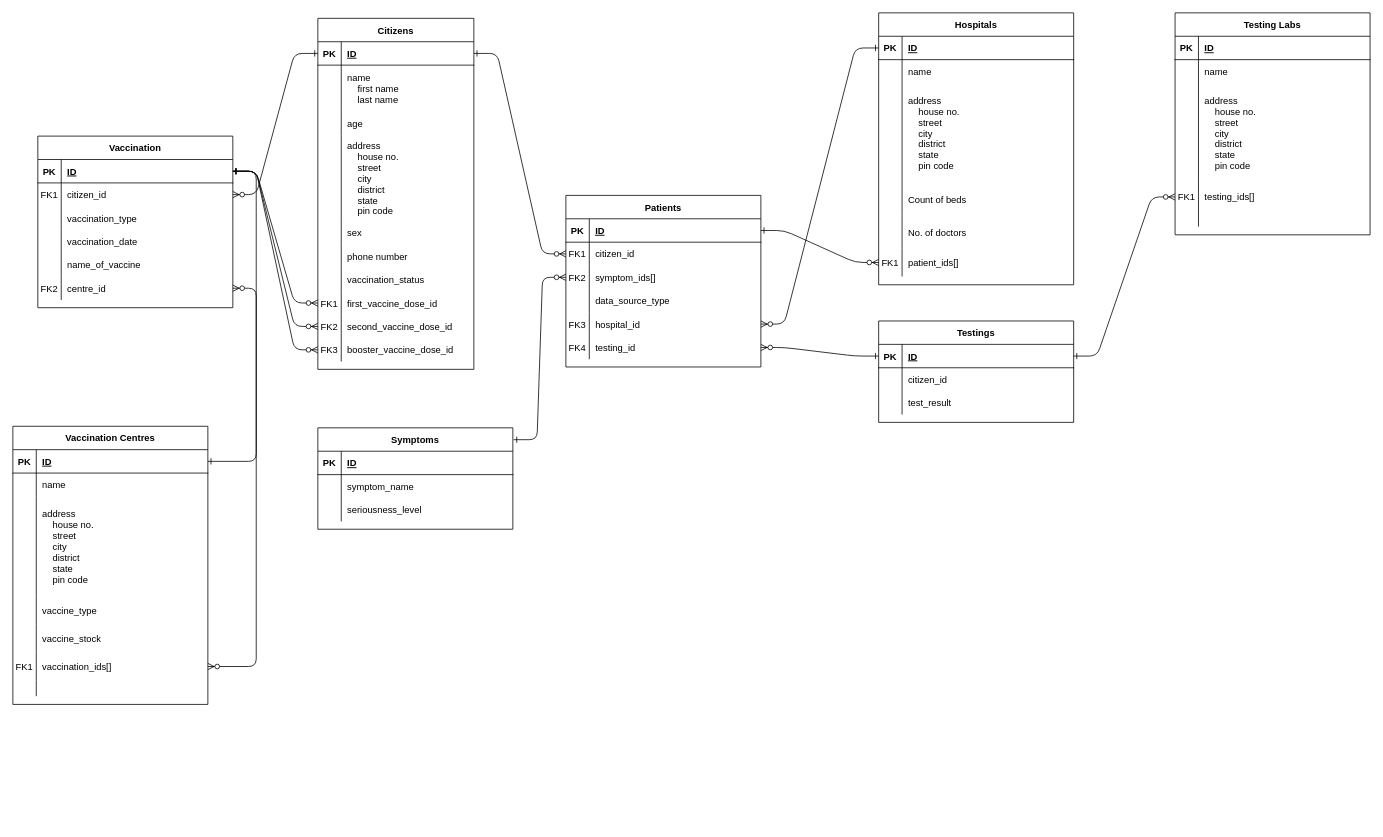
Above: Untitled Diagram.drawio in chirag-ghosh/DBMS-Lab (draw.io), before the change. Source tidied: cells renumbered, new cells numbered last; positions are measured from the earlier drawing's top-left corner, leaving out a move shared by most shapes. Both pictures are drawn from the tidied source at 78%, with x=0, y=0 at pixel (12, 12).
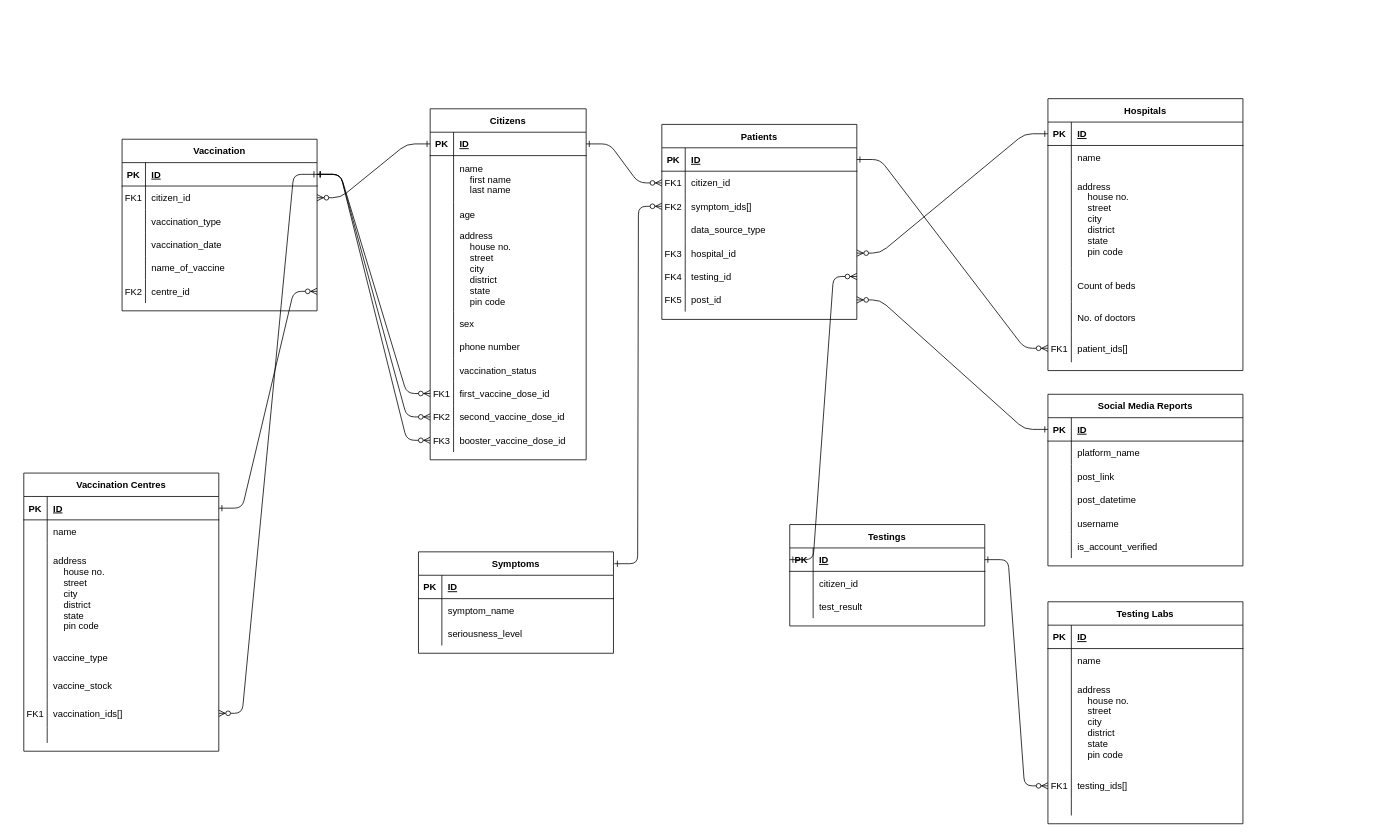
The same diagram, later.

Unchanged cells that the change refers to:
```xml
<mxCell id="102" style="shape=partialRectangle;fillColor=none;points=[[0,0.5],[1,0.5]];portConstraint=eastwest;top=0;left=0;right=0;bottom=1;" parent="101" vertex="1">
  <mxGeometry y="30" width="250" height="30" as="geometry" />
</mxCell>
<mxCell id="114" style="shape=partialRectangle;fillColor=none;points=[[0,0.5],[1,0.5]];portConstraint=eastwest;top=0;left=0;right=0;bottom=1;" parent="113" vertex="1">
  <mxGeometry y="30" width="250" height="30" as="geometry" />
</mxCell>
<mxCell id="129" style="shape=partialRectangle;fillColor=none;points=[[0,0.5],[1,0.5]];portConstraint=eastwest;top=0;left=0;right=0;bottom=0;" parent="113" vertex="1">
  <mxGeometry y="290" width="250" height="36" as="geometry" />
</mxCell>
<mxCell id="136" style="shape=partialRectangle;fillColor=none;points=[[0,0.5],[1,0.5]];portConstraint=eastwest;top=0;left=0;right=0;bottom=1;" parent="135" vertex="1">
  <mxGeometry y="30" width="250" height="30" as="geometry" />
</mxCell>
<mxCell id="151" style="shape=partialRectangle;fillColor=none;points=[[0,0.5],[1,0.5]];portConstraint=eastwest;top=0;left=0;right=0;bottom=0;" parent="135" vertex="1">
  <mxGeometry y="180" width="250" height="30" as="geometry" />
</mxCell>
```

The edit, as a diff of the source:
```diff
@@
     <mxCell id="3" value="Patients" style="shape=table;startSize=30;childLayout=tableLayout;rowLines=0;fontStyle=1;align=center;" parent="1" vertex="1">
-      <mxGeometry x="709" y="234" width="250" height="220" as="geometry" />
+      <mxGeometry x="832" y="143" width="250" height="250" as="geometry" />
     </mxCell>
@@
+    <mxCell id="160" style="shape=partialRectangle;fillColor=none;points=[[0,0.5],[1,0.5]];portConstraint=eastwest;top=0;left=0;right=0;bottom=0;" parent="3" vertex="1">
+      <mxGeometry y="180" width="250" height="30" as="geometry" />
+    </mxCell>
+    <mxCell id="161" value="FK4" style="shape=partialRectangle;overflow=hidden;fillColor=none;top=0;left=0;bottom=0;right=0;" parent="160" vertex="1">
+      <mxGeometry width="30" height="30" as="geometry" />
+    </mxCell>
+    <mxCell id="162" value="testing_id" style="shape=partialRectangle;overflow=hidden;fillColor=none;top=0;left=0;bottom=0;right=0;align=left;spacingLeft=6;" parent="160" vertex="1">
+      <mxGeometry x="30" width="220" height="30" as="geometry" />
+    </mxCell>
     <mxCell id="19" style="shape=partialRectangle;fillColor=none;points=[[0,0.5],[1,0.5]];portConstraint=eastwest;top=0;left=0;right=0;bottom=0;" parent="3" vertex="1">
-      <mxGeometry y="180" width="250" height="30" as="geometry" />
+      <mxGeometry y="210" width="250" height="30" as="geometry" />
     </mxCell>
-    <mxCell id="20" value="FK4" style="shape=partialRectangle;overflow=hidden;fillColor=none;top=0;left=0;bottom=0;right=0;" parent="19" vertex="1">
+    <mxCell id="20" value="FK5" style="shape=partialRectangle;overflow=hidden;fillColor=none;top=0;left=0;bottom=0;right=0;" parent="19" vertex="1">
       <mxGeometry width="30" height="30" as="geometry" />
     </mxCell>
-    <mxCell id="21" value="testing_id" style="shape=partialRectangle;overflow=hidden;fillColor=none;top=0;left=0;bottom=0;right=0;align=left;spacingLeft=6;" parent="19" vertex="1">
+    <mxCell id="21" value="post_id" style="shape=partialRectangle;overflow=hidden;fillColor=none;top=0;left=0;bottom=0;right=0;align=left;spacingLeft=6;" parent="19" vertex="1">
       <mxGeometry x="30" width="220" height="30" as="geometry" />
     </mxCell>
     <mxCell id="22" value="Hospitals" style="shape=table;startSize=30;childLayout=tableLayout;rowLines=0;fontStyle=1;align=center;" parent="1" vertex="1">
-      <mxGeometry x="1110" width="250" height="348.6" as="geometry" />
+      <mxGeometry x="1327" y="110" width="250" height="348.6" as="geometry" />
     </mxCell>
@@
     <mxCell id="41" value="Citizens" style="shape=table;startSize=30;childLayout=tableLayout;rowLines=0;fontStyle=1;align=center;" parent="1" vertex="1">
-      <mxGeometry x="391" y="7" width="200" height="450" as="geometry" />
+      <mxGeometry x="535" y="123" width="200" height="450" as="geometry" />
     </mxCell>
@@
     <mxCell id="72" value="Symptoms" style="shape=table;startSize=30;childLayout=tableLayout;rowLines=0;fontStyle=1;align=center;" parent="1" vertex="1">
-      <mxGeometry x="391" y="532" width="250" height="130" as="geometry" />
+      <mxGeometry x="520" y="691" width="250" height="130" as="geometry" />
     </mxCell>
@@
     <mxCell id="85" value="Testing Labs" style="shape=table;startSize=30;childLayout=tableLayout;rowLines=0;fontStyle=1;align=center;" parent="1" vertex="1">
-      <mxGeometry x="1490" width="250" height="284.6" as="geometry" />
+      <mxGeometry x="1327" y="755" width="250" height="284.6" as="geometry" />
     </mxCell>
@@
     <mxCell id="101" value="Testings" style="shape=table;startSize=30;childLayout=tableLayout;rowLines=0;fontStyle=1;align=center;" parent="1" vertex="1">
-      <mxGeometry x="1110" y="395" width="250" height="130" as="geometry" />
+      <mxGeometry x="996" y="656" width="250" height="130" as="geometry" />
     </mxCell>
@@
-    <mxCell id="112" style="edgeStyle=entityRelationEdgeStyle;endArrow=ERzeroToMany;startArrow=ERone;endFill=1;startFill=0;exitX=0;exitY=0.5;exitDx=0;exitDy=0;entryX=1;entryY=0.5;entryDx=0;entryDy=0;" parent="1" edge="1" source="102" target="19">
+    <mxCell id="112" style="edgeStyle=entityRelationEdgeStyle;endArrow=ERzeroToMany;startArrow=ERone;endFill=1;startFill=0;exitX=0;exitY=0.5;exitDx=0;exitDy=0;entryX=1;entryY=0.5;entryDx=0;entryDy=0;" parent="1" edge="1" source="102" target="160">
       <mxGeometry relative="1" as="geometry" />
     </mxCell>
     <mxCell id="113" value="Vaccination Centres" style="shape=table;startSize=30;childLayout=tableLayout;rowLines=0;fontStyle=1;align=center;" parent="1" vertex="1">
-      <mxGeometry y="530" width="250" height="356.6" as="geometry" />
+      <mxGeometry x="14" y="590" width="250" height="356.6" as="geometry" />
     </mxCell>
@@
     <mxCell id="135" value="Vaccination" style="shape=table;startSize=30;childLayout=tableLayout;rowLines=0;fontStyle=1;align=center;" parent="1" vertex="1">
-      <mxGeometry x="32" y="158" width="250" height="220" as="geometry" />
+      <mxGeometry x="140" y="162" width="250" height="220" as="geometry" />
     </mxCell>
@@
-    <mxCell id="157" style="edgeStyle=entityRelationEdgeStyle;endArrow=ERzeroToMany;startArrow=ERone;endFill=1;startFill=0;exitX=1;exitY=0.5;exitDx=0;exitDy=0;" parent="1" edge="1" source="114" target="151">
+    <mxCell id="157" style="edgeStyle=entityRelationEdgeStyle;endArrow=ERzeroToMany;startArrow=ERone;endFill=1;startFill=0;exitX=1;exitY=0.5;exitDx=0;exitDy=0;entryX=1;entryY=0.5;entryDx=0;entryDy=0;" parent="1" edge="1" source="114" target="151">
       <mxGeometry relative="1" as="geometry" />
     </mxCell>
@@
-    <mxCell id="159" style="edgeStyle=entityRelationEdgeStyle;endArrow=ERzeroToMany;startArrow=ERone;endFill=1;startFill=0;entryX=1;entryY=0.5;entryDx=0;entryDy=0;" parent="1" edge="1" target="129">
-      <mxGeometry relative="1" as="geometry">
-        <mxPoint x="282" y="203" as="sourcePoint" />
-      </mxGeometry>
+    <mxCell id="159" style="edgeStyle=entityRelationEdgeStyle;endArrow=ERzeroToMany;startArrow=ERone;endFill=1;startFill=0;entryX=1;entryY=0.5;entryDx=0;entryDy=0;exitX=1;exitY=0.5;exitDx=0;exitDy=0;" parent="1" edge="1" source="136" target="129">
+      <mxGeometry relative="1" as="geometry" />
     </mxCell>
+    <mxCell id="163" value="Social Media Reports" style="shape=table;startSize=30;childLayout=tableLayout;rowLines=0;fontStyle=1;align=center;" parent="1" vertex="1">
+      <mxGeometry x="1327" y="489" width="250" height="220" as="geometry" />
+    </mxCell>
+    <mxCell id="164" style="shape=partialRectangle;fillColor=none;points=[[0,0.5],[1,0.5]];portConstraint=eastwest;top=0;left=0;right=0;bottom=1;" parent="163" vertex="1">
+      <mxGeometry y="30" width="250" height="30" as="geometry" />
+    </mxCell>
+    <mxCell id="165" value="PK" style="shape=partialRectangle;overflow=hidden;fillColor=none;top=0;left=0;bottom=0;right=0;fontStyle=1;" parent="164" vertex="1">
+      <mxGeometry width="30" height="30" as="geometry" />
+    </mxCell>
+    <mxCell id="166" value="ID" style="shape=partialRectangle;overflow=hidden;fillColor=none;top=0;left=0;bottom=0;right=0;align=left;spacingLeft=6;fontStyle=5;" parent="164" vertex="1">
+      <mxGeometry x="30" width="220" height="30" as="geometry" />
+    </mxCell>
+    <mxCell id="167" style="shape=partialRectangle;fillColor=none;top=0;left=0;right=0;bottom=0;" parent="163" vertex="1">
+      <mxGeometry y="60" width="250" height="30" as="geometry" />
+    </mxCell>
+    <mxCell id="168" style="shape=partialRectangle;overflow=hidden;fillColor=none;top=0;left=0;bottom=0;right=0;" parent="167" vertex="1">
+      <mxGeometry width="30" height="30" as="geometry" />
+    </mxCell>
+    <mxCell id="169" value="platform_name" style="shape=partialRectangle;overflow=hidden;fillColor=none;top=0;left=0;bottom=0;right=0;align=left;spacingLeft=6;" parent="167" vertex="1">
+      <mxGeometry x="30" width="220" height="30" as="geometry" />
+    </mxCell>
+    <mxCell id="170" style="shape=partialRectangle;fillColor=none;top=0;left=0;right=0;bottom=0;" parent="163" vertex="1">
+      <mxGeometry y="90" width="250" height="30" as="geometry" />
+    </mxCell>
+    <mxCell id="171" style="shape=partialRectangle;overflow=hidden;fillColor=none;top=0;left=0;bottom=0;right=0;" parent="170" vertex="1">
+      <mxGeometry width="30" height="30" as="geometry" />
+    </mxCell>
+    <mxCell id="172" value="post_link" style="shape=partialRectangle;overflow=hidden;fillColor=none;top=0;left=0;bottom=0;right=0;align=left;spacingLeft=6;" parent="170" vertex="1">
+      <mxGeometry x="30" width="220" height="30" as="geometry" />
+    </mxCell>
+    <mxCell id="173" style="shape=partialRectangle;fillColor=none;top=0;left=0;right=0;bottom=0;" parent="163" vertex="1">
+      <mxGeometry y="120" width="250" height="30" as="geometry" />
+    </mxCell>
+    <mxCell id="174" style="shape=partialRectangle;overflow=hidden;fillColor=none;top=0;left=0;bottom=0;right=0;" parent="173" vertex="1">
+      <mxGeometry width="30" height="30" as="geometry" />
+    </mxCell>
+    <mxCell id="175" value="post_datetime" style="shape=partialRectangle;overflow=hidden;fillColor=none;top=0;left=0;bottom=0;right=0;align=left;spacingLeft=6;" parent="173" vertex="1">
+      <mxGeometry x="30" width="220" height="30" as="geometry" />
+    </mxCell>
+    <mxCell id="176" style="shape=partialRectangle;fillColor=none;top=0;left=0;right=0;bottom=0;" parent="163" vertex="1">
+      <mxGeometry y="150" width="250" height="30" as="geometry" />
+    </mxCell>
+    <mxCell id="177" style="shape=partialRectangle;overflow=hidden;fillColor=none;top=0;left=0;bottom=0;right=0;" parent="176" vertex="1">
+      <mxGeometry width="30" height="30" as="geometry" />
+    </mxCell>
+    <mxCell id="178" value="username" style="shape=partialRectangle;overflow=hidden;fillColor=none;top=0;left=0;bottom=0;right=0;align=left;spacingLeft=6;" parent="176" vertex="1">
+      <mxGeometry x="30" width="220" height="30" as="geometry" />
+    </mxCell>
+    <mxCell id="179" style="shape=partialRectangle;fillColor=none;top=0;left=0;right=0;bottom=0;" parent="163" vertex="1">
+      <mxGeometry y="180" width="250" height="30" as="geometry" />
+    </mxCell>
+    <mxCell id="180" style="shape=partialRectangle;overflow=hidden;fillColor=none;top=0;left=0;bottom=0;right=0;" parent="179" vertex="1">
+      <mxGeometry width="30" height="30" as="geometry" />
+    </mxCell>
+    <mxCell id="181" value="is_account_verified" style="shape=partialRectangle;overflow=hidden;fillColor=none;top=0;left=0;bottom=0;right=0;align=left;spacingLeft=6;" parent="179" vertex="1">
+      <mxGeometry x="30" width="220" height="30" as="geometry" />
+    </mxCell>
+    <mxCell id="182" style="edgeStyle=entityRelationEdgeStyle;endArrow=ERzeroToMany;startArrow=ERone;endFill=1;startFill=0;exitX=0;exitY=0.5;exitDx=0;exitDy=0;entryX=1;entryY=0.5;entryDx=0;entryDy=0;" parent="1" edge="1" source="164" target="19">
+      <mxGeometry relative="1" as="geometry" />
+    </mxCell>
```
